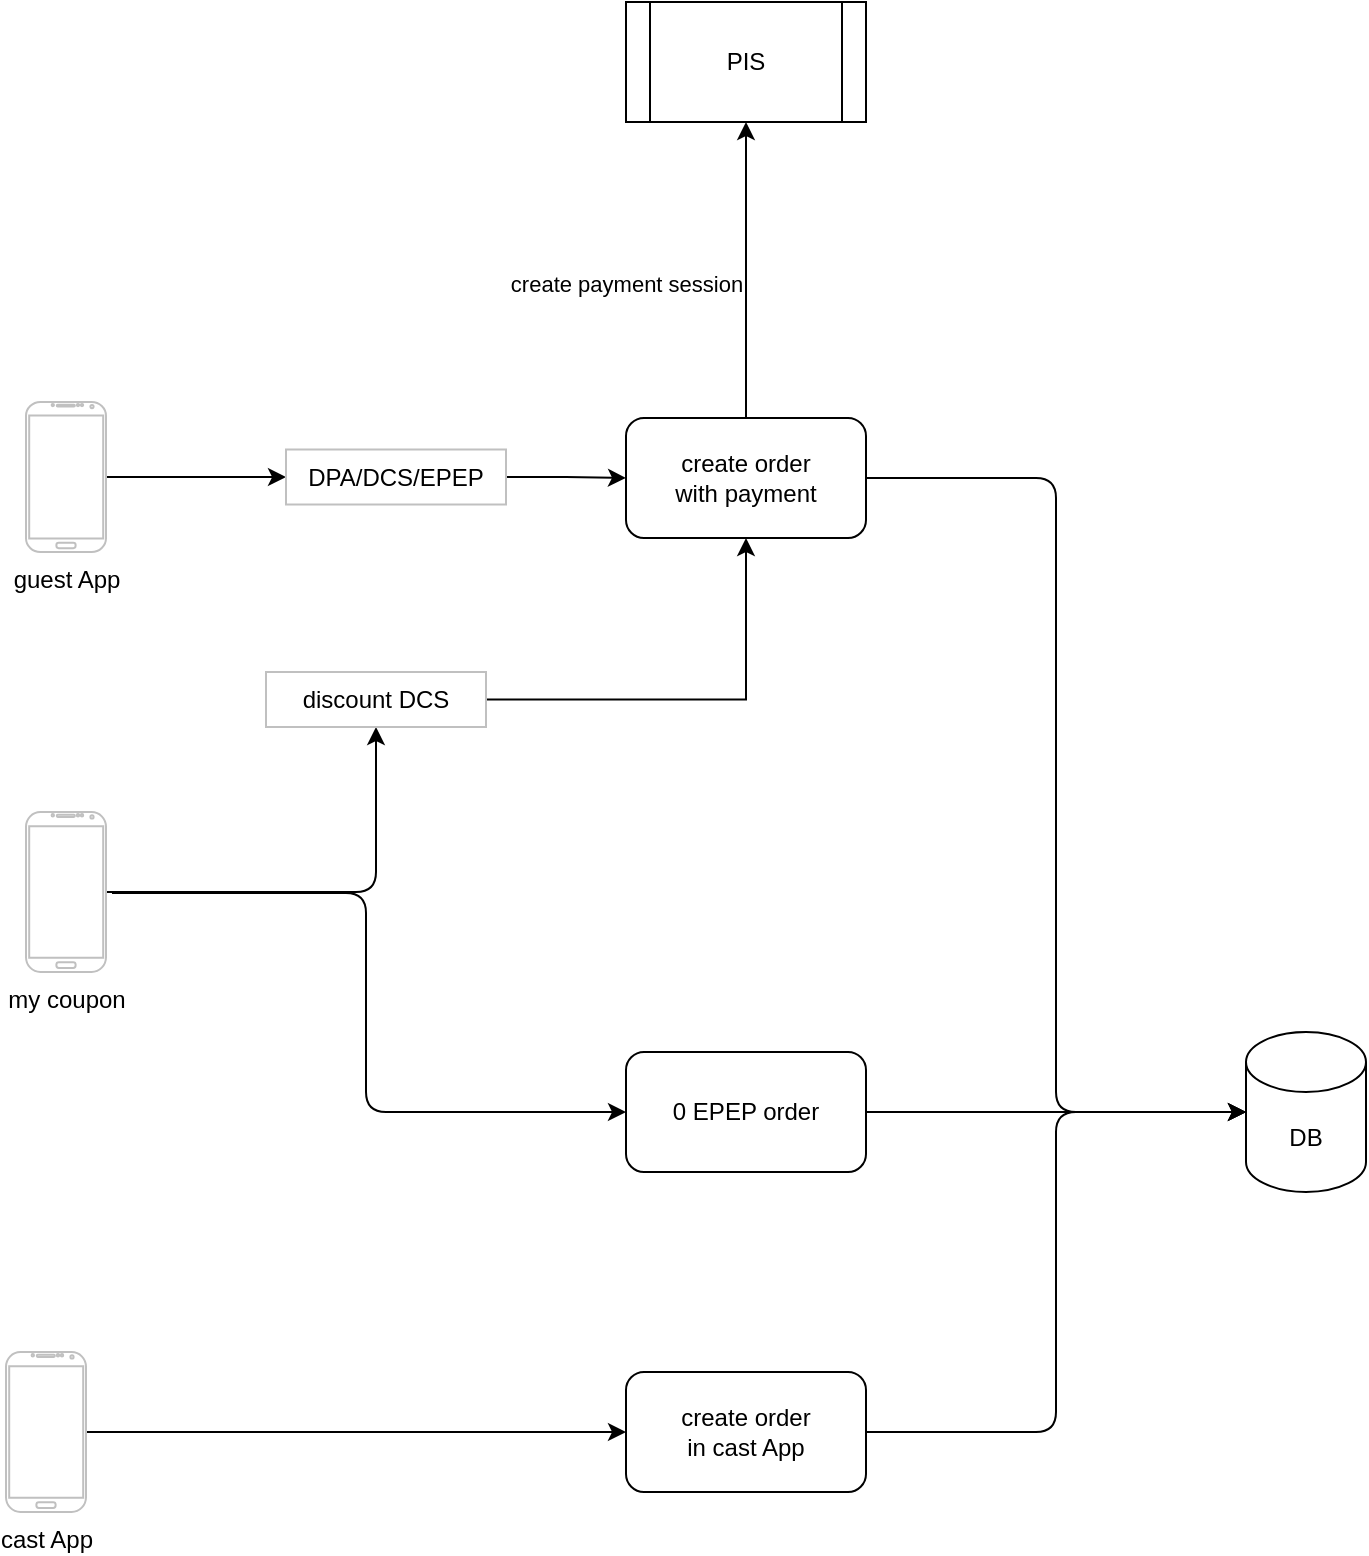
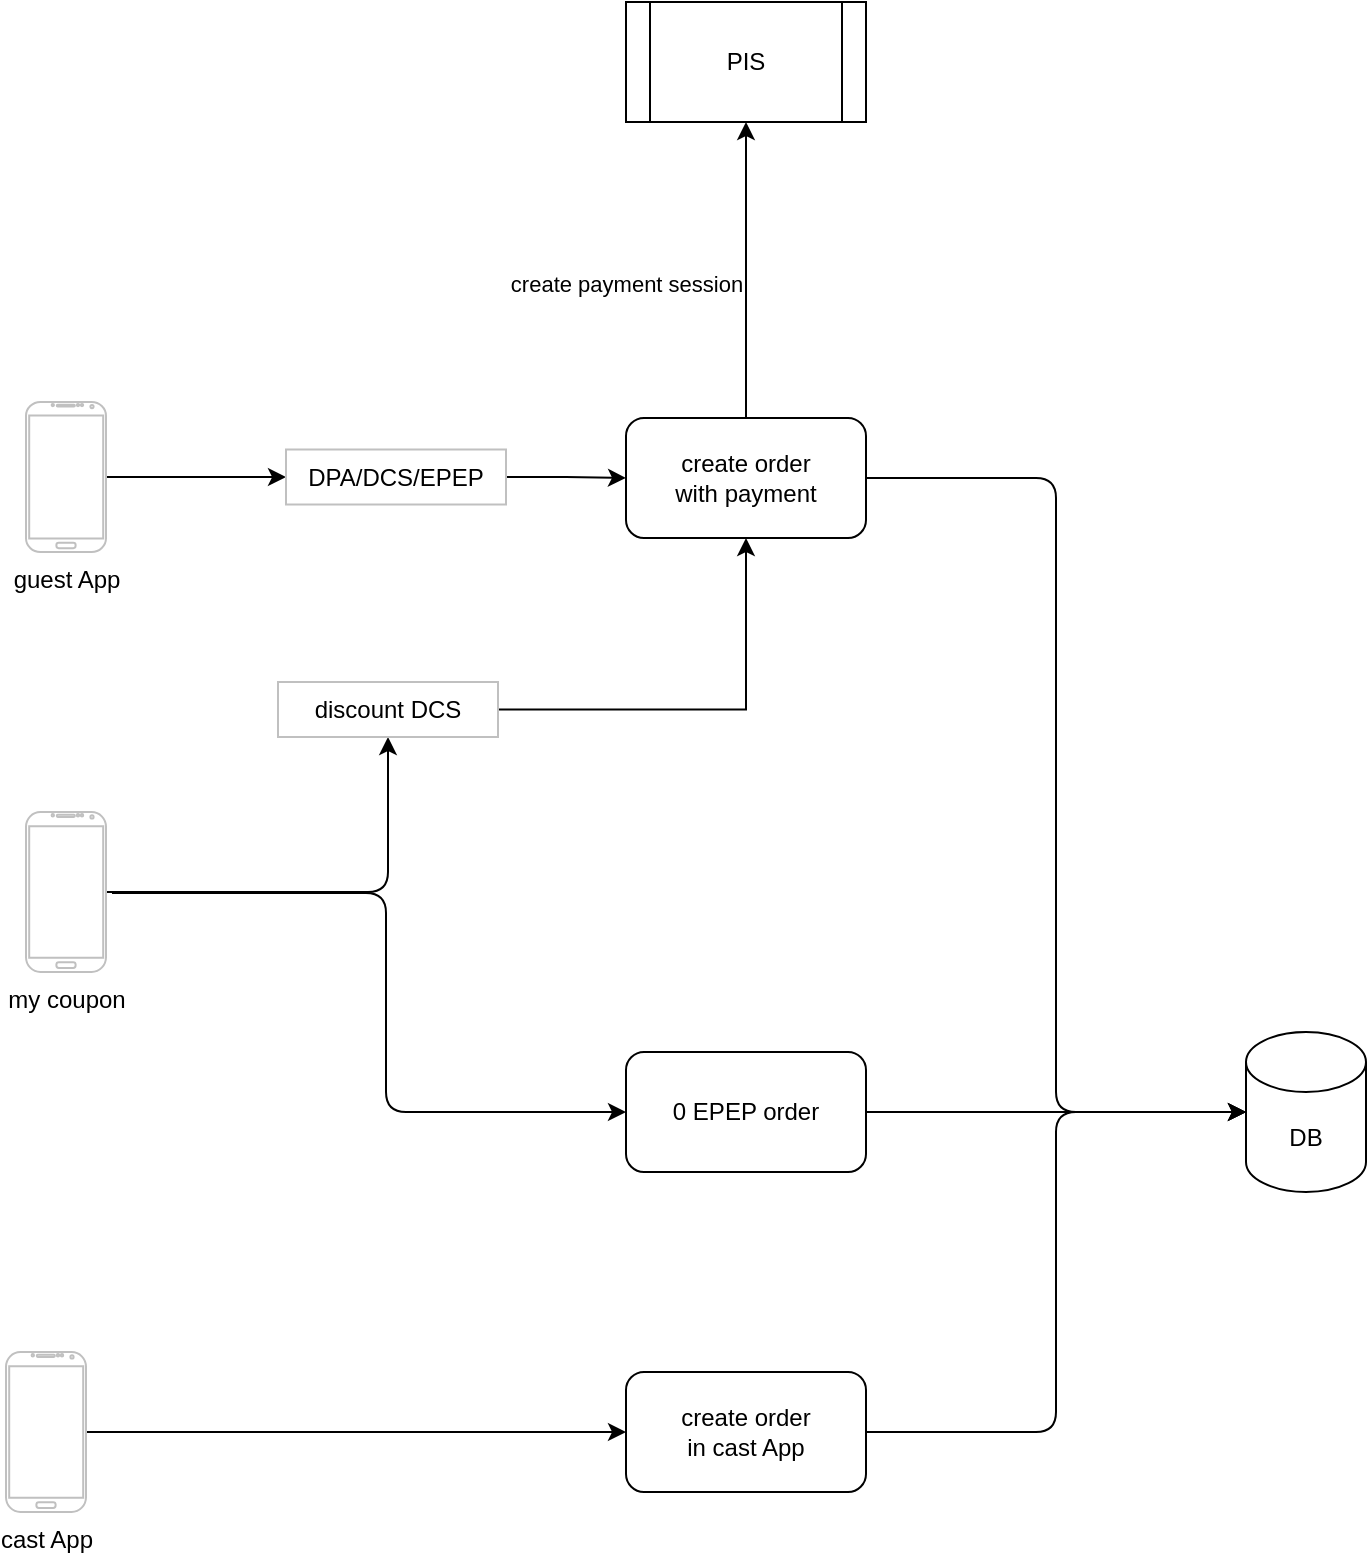
<mxfile host="app.diagrams.net">
  <diagram name="Page-1" id="UBHBz_7PD0nXqPZRlRw3">
    <mxGraphModel dx="1214" dy="708" grid="1" gridSize="10" guides="1" tooltips="1" connect="1" arrows="1" fold="1" page="1" pageScale="1" pageWidth="850" pageHeight="1100" math="0" shadow="0">
      <root>
        <mxCell id="0" />
        <mxCell id="1" parent="0" />
        <mxCell id="wEDazTsXu5u4Nmp1l0TX-22" edge="1" parent="1" source="wEDazTsXu5u4Nmp1l0TX-1" style="edgeStyle=orthogonalEdgeStyle;rounded=0;orthogonalLoop=1;jettySize=auto;html=1;exitX=0.5;exitY=0;exitDx=0;exitDy=0;entryX=0.5;entryY=1;entryDx=0;entryDy=0;" target="wEDazTsXu5u4Nmp1l0TX-21">
          <mxGeometry relative="1" as="geometry" />
        </mxCell>
        <mxCell id="wEDazTsXu5u4Nmp1l0TX-24" connectable="0" parent="wEDazTsXu5u4Nmp1l0TX-22" style="edgeLabel;html=1;align=center;verticalAlign=middle;resizable=0;points=[];" value="create payment session" vertex="1">
          <mxGeometry relative="1" x="0.1284" y="1" as="geometry">
            <mxPoint x="-59" y="16" as="offset" />
          </mxGeometry>
        </mxCell>
        <mxCell id="wEDazTsXu5u4Nmp1l0TX-1" parent="1" style="rounded=1;whiteSpace=wrap;html=1;" value="create order&lt;div&gt;with payment&lt;/div&gt;" vertex="1">
          <mxGeometry height="60" width="120" x="430" y="248" as="geometry" />
        </mxCell>
        <mxCell id="wEDazTsXu5u4Nmp1l0TX-14" edge="1" parent="1" source="wEDazTsXu5u4Nmp1l0TX-2" style="edgeStyle=orthogonalEdgeStyle;rounded=0;orthogonalLoop=1;jettySize=auto;html=1;exitX=1;exitY=0.5;exitDx=0;exitDy=0;" target="wEDazTsXu5u4Nmp1l0TX-6">
          <mxGeometry relative="1" as="geometry" />
        </mxCell>
        <mxCell id="wEDazTsXu5u4Nmp1l0TX-2" parent="1" style="rounded=1;whiteSpace=wrap;html=1;" value="0 EPEP order" vertex="1">
          <mxGeometry height="60" width="120" x="430" y="565" as="geometry" />
        </mxCell>
        <mxCell id="wEDazTsXu5u4Nmp1l0TX-3" parent="1" style="rounded=1;whiteSpace=wrap;html=1;" value="create order&lt;br&gt;&lt;span style=&quot;background-color: transparent; color: light-dark(rgb(0, 0, 0), rgb(255, 255, 255));&quot;&gt;in cast App&lt;/span&gt;" vertex="1">
          <mxGeometry height="60" width="120" x="430" y="725" as="geometry" />
        </mxCell>
        <mxCell id="wEDazTsXu5u4Nmp1l0TX-9" edge="1" parent="1" source="wEDazTsXu5u4Nmp1l0TX-4" style="edgeStyle=orthogonalEdgeStyle;rounded=0;orthogonalLoop=1;jettySize=auto;html=1;" target="wEDazTsXu5u4Nmp1l0TX-8" value="">
          <mxGeometry relative="1" as="geometry" />
        </mxCell>
        <mxCell id="wEDazTsXu5u4Nmp1l0TX-4" parent="1" style="verticalLabelPosition=bottom;verticalAlign=top;html=1;shadow=0;dashed=0;strokeWidth=1;shape=mxgraph.android.phone2;strokeColor=#c0c0c0;" value="guest App" vertex="1">
          <mxGeometry height="75" width="40" x="130" y="240" as="geometry" />
        </mxCell>
        <mxCell id="wEDazTsXu5u4Nmp1l0TX-19" edge="1" parent="1" source="wEDazTsXu5u4Nmp1l0TX-5" style="edgeStyle=orthogonalEdgeStyle;rounded=0;orthogonalLoop=1;jettySize=auto;html=1;entryX=0;entryY=0.5;entryDx=0;entryDy=0;" target="wEDazTsXu5u4Nmp1l0TX-3" value="">
          <mxGeometry relative="1" as="geometry">
            <mxPoint x="230" y="570" as="targetPoint" />
          </mxGeometry>
        </mxCell>
        <mxCell id="wEDazTsXu5u4Nmp1l0TX-5" parent="1" style="verticalLabelPosition=bottom;verticalAlign=top;html=1;shadow=0;dashed=0;strokeWidth=1;shape=mxgraph.android.phone2;strokeColor=#c0c0c0;" value="cast App" vertex="1">
          <mxGeometry height="80" width="40" x="120" y="715" as="geometry" />
        </mxCell>
        <mxCell id="wEDazTsXu5u4Nmp1l0TX-6" parent="1" style="shape=cylinder3;whiteSpace=wrap;html=1;boundedLbl=1;backgroundOutline=1;size=15;" value="DB" vertex="1">
          <mxGeometry height="80" width="60" x="740" y="555" as="geometry" />
        </mxCell>
        <mxCell id="wEDazTsXu5u4Nmp1l0TX-17" edge="1" parent="1" source="wEDazTsXu5u4Nmp1l0TX-7" style="edgeStyle=orthogonalEdgeStyle;rounded=1;orthogonalLoop=1;jettySize=auto;html=1;entryX=0.5;entryY=1;entryDx=0;entryDy=0;curved=0;" target="wEDazTsXu5u4Nmp1l0TX-10" value="">
          <mxGeometry relative="1" as="geometry">
            <mxPoint x="200" y="300" as="targetPoint" />
          </mxGeometry>
        </mxCell>
        <mxCell id="wEDazTsXu5u4Nmp1l0TX-7" parent="1" style="verticalLabelPosition=bottom;verticalAlign=top;html=1;shadow=0;dashed=0;strokeWidth=1;shape=mxgraph.android.phone2;strokeColor=#c0c0c0;" value="my coupon" vertex="1">
          <mxGeometry height="80" width="40" x="130" y="445" as="geometry" />
        </mxCell>
        <mxCell id="wEDazTsXu5u4Nmp1l0TX-11" edge="1" parent="1" source="wEDazTsXu5u4Nmp1l0TX-8" style="edgeStyle=orthogonalEdgeStyle;rounded=0;orthogonalLoop=1;jettySize=auto;html=1;exitX=1;exitY=0.5;exitDx=0;exitDy=0;entryX=0;entryY=0.5;entryDx=0;entryDy=0;" target="wEDazTsXu5u4Nmp1l0TX-1">
          <mxGeometry relative="1" as="geometry" />
        </mxCell>
        <mxCell id="wEDazTsXu5u4Nmp1l0TX-8" parent="1" style="whiteSpace=wrap;html=1;verticalAlign=top;strokeColor=#c0c0c0;shadow=0;dashed=0;strokeWidth=1;" value="DPA/DCS/EPEP" vertex="1">
          <mxGeometry height="27.5" width="110" x="260" y="263.75" as="geometry" />
        </mxCell>
        <mxCell id="wEDazTsXu5u4Nmp1l0TX-12" edge="1" parent="1" source="wEDazTsXu5u4Nmp1l0TX-10" style="edgeStyle=orthogonalEdgeStyle;rounded=0;orthogonalLoop=1;jettySize=auto;html=1;exitX=1;exitY=0.5;exitDx=0;exitDy=0;" target="wEDazTsXu5u4Nmp1l0TX-1">
          <mxGeometry relative="1" as="geometry" />
        </mxCell>
        <mxCell id="wEDazTsXu5u4Nmp1l0TX-10" parent="1" style="whiteSpace=wrap;html=1;verticalAlign=top;strokeColor=#c0c0c0;shadow=0;dashed=0;strokeWidth=1;" value="discount DCS" vertex="1">
-           <mxGeometry height="27.5" width="110" x="250" y="375" as="geometry" />
+           <mxGeometry height="27.5" width="110" x="256" y="380" as="geometry" />
        </mxCell>
        <mxCell id="wEDazTsXu5u4Nmp1l0TX-13" edge="1" parent="1" source="wEDazTsXu5u4Nmp1l0TX-1" style="rounded=1;orthogonalLoop=1;jettySize=auto;html=1;exitX=1;exitY=0.5;exitDx=0;exitDy=0;entryX=0;entryY=0.5;entryDx=0;entryDy=0;entryPerimeter=0;edgeStyle=orthogonalEdgeStyle;curved=0;" target="wEDazTsXu5u4Nmp1l0TX-6">
          <mxGeometry relative="1" as="geometry" />
        </mxCell>
        <mxCell id="wEDazTsXu5u4Nmp1l0TX-15" edge="1" parent="1" source="wEDazTsXu5u4Nmp1l0TX-3" style="edgeStyle=orthogonalEdgeStyle;rounded=1;orthogonalLoop=1;jettySize=auto;html=1;exitX=1;exitY=0.5;exitDx=0;exitDy=0;entryX=0;entryY=0.5;entryDx=0;entryDy=0;entryPerimeter=0;curved=0;" target="wEDazTsXu5u4Nmp1l0TX-6">
          <mxGeometry relative="1" as="geometry" />
        </mxCell>
        <mxCell id="wEDazTsXu5u4Nmp1l0TX-20" edge="1" parent="1" source="wEDazTsXu5u4Nmp1l0TX-7" style="edgeStyle=orthogonalEdgeStyle;rounded=1;orthogonalLoop=1;jettySize=auto;html=1;entryX=0;entryY=0.5;entryDx=0;entryDy=0;curved=0;exitX=1.075;exitY=0.506;exitDx=0;exitDy=0;exitPerimeter=0;" target="wEDazTsXu5u4Nmp1l0TX-2" value="">
          <mxGeometry relative="1" as="geometry">
+             <Array as="points">
+               <mxPoint x="310" y="486" />
+               <mxPoint x="310" y="595" />
+             </Array>
            <mxPoint x="170" y="300" as="sourcePoint" />
            <mxPoint x="310" y="330" as="targetPoint" />
          </mxGeometry>
        </mxCell>
        <mxCell id="wEDazTsXu5u4Nmp1l0TX-21" parent="1" style="shape=process;whiteSpace=wrap;html=1;backgroundOutline=1;" value="PIS" vertex="1">
          <mxGeometry height="60" width="120" x="430" y="40" as="geometry" />
        </mxCell>
      </root>
    </mxGraphModel>
  </diagram>
</mxfile>
